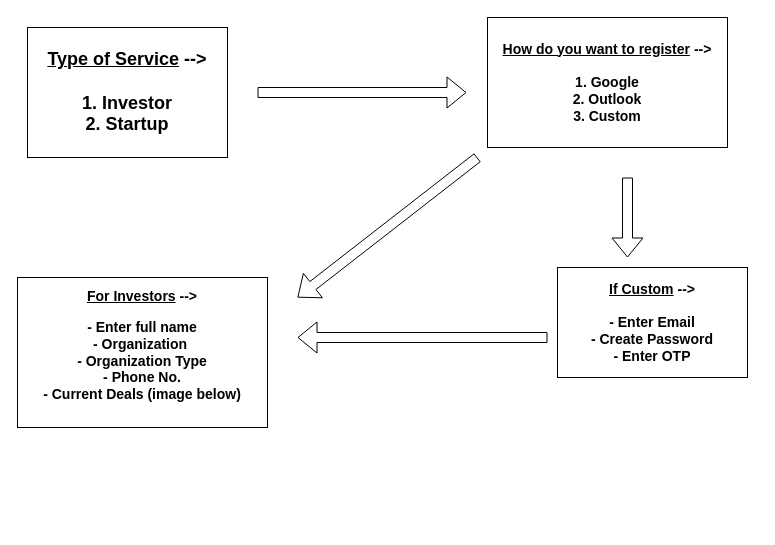
Above: backend/Untitled Diagram.drawio in Sukin272/SERM (draw.io), before the change. Source tidied: cells renumbered, new cells numbered last; positions are measured from the earlier drawing's top-left corner, leaving out a move shared by most shapes. Both pictures are drawn from the tidied source at 100%, with x=0, y=0 at pixel (17, 17).
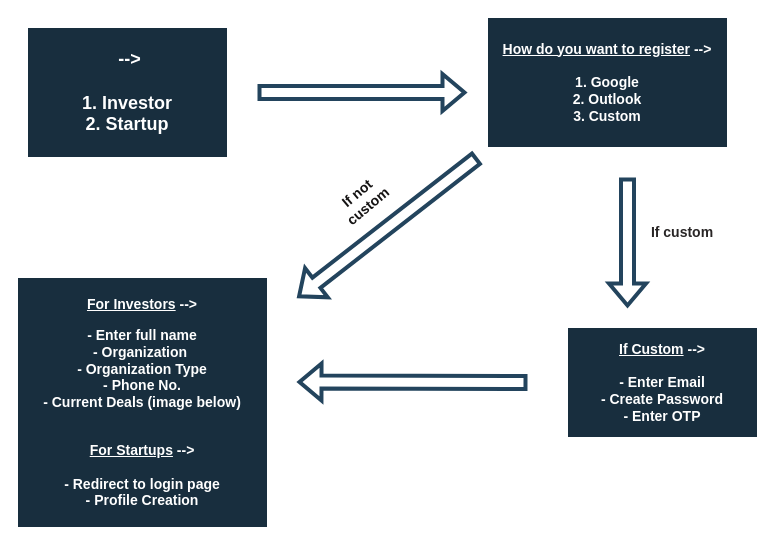
The same page after the edit.

Change to the diagram source:
```diff
@@
 <mxGraphModel>
   <root>
     <mxCell id="0" />
     <mxCell id="1" parent="0" />
-    <mxCell id="2" value="&lt;b&gt;&lt;font style=&quot;font-size: 18px;&quot;&gt;&lt;u&gt;Type of Service&lt;/u&gt; --&amp;gt;&lt;br&gt;&lt;br&gt;1. Investor&lt;br&gt;2. Startup&lt;/font&gt;&lt;/b&gt;" style="rounded=0;whiteSpace=wrap;html=1;" parent="1" vertex="1">
+    <mxCell id="2" value="&lt;b&gt;&lt;font style=&quot;font-size: 18px;&quot;&gt;&amp;nbsp;--&amp;gt;&lt;br&gt;&lt;br&gt;1. Investor&lt;br&gt;2. Startup&lt;/font&gt;&lt;/b&gt;" style="rounded=0;whiteSpace=wrap;html=1;labelBackgroundColor=none;fillColor=#182E3E;strokeColor=#FFFFFF;fontColor=#FFFFFF;" parent="1" vertex="1">
       <mxGeometry x="10" y="10" width="200" height="130" as="geometry" />
     </mxCell>
-    <mxCell id="3" value="&lt;font style=&quot;font-size: 14px;&quot;&gt;&lt;b&gt;&lt;u&gt;How do you want to register&lt;/u&gt;&amp;nbsp;--&amp;gt;&lt;br&gt;&lt;br&gt;1. Google&lt;br&gt;2. Outlook&lt;br&gt;3. Custom&lt;br&gt;&lt;/b&gt;&lt;/font&gt;" style="rounded=0;whiteSpace=wrap;html=1;" parent="1" vertex="1">
+    <mxCell id="3" value="&lt;font style=&quot;font-size: 14px;&quot;&gt;&lt;b&gt;&lt;u&gt;How do you want to register&lt;/u&gt;&amp;nbsp;--&amp;gt;&lt;br&gt;&lt;br&gt;1. Google&lt;br&gt;2. Outlook&lt;br&gt;3. Custom&lt;br&gt;&lt;/b&gt;&lt;/font&gt;" style="rounded=0;whiteSpace=wrap;html=1;labelBackgroundColor=none;fillColor=#182E3E;strokeColor=#FFFFFF;fontColor=#FFFFFF;" parent="1" vertex="1">
       <mxGeometry x="470" width="240" height="130" as="geometry" />
     </mxCell>
-    <mxCell id="4" style="endArrow=classic;html=1;rounded=0;shape=flexArrow;" parent="1" edge="1">
+    <mxCell id="4" style="endArrow=classic;html=1;rounded=0;shape=flexArrow;labelBackgroundColor=none;fontColor=default;strokeColor=#23445D;fillColor=default;strokeWidth=4;" parent="1" edge="1">
       <mxGeometry relative="1" as="geometry">
         <mxPoint x="240" y="75" as="sourcePoint" />
         <mxPoint x="449" y="75" as="targetPoint" />
       </mxGeometry>
     </mxCell>
-    <mxCell id="5" value="&lt;b&gt;&lt;font style=&quot;font-size: 14px;&quot;&gt;&lt;u&gt;If Custom&lt;/u&gt;&amp;nbsp;--&amp;gt;&lt;br&gt;&lt;br&gt;- Enter Email&lt;br&gt;- Create Password&lt;br&gt;- Enter OTP&lt;/font&gt;&lt;/b&gt;" style="rounded=0;whiteSpace=wrap;html=1;" parent="1" vertex="1">
-      <mxGeometry x="540" y="250" width="190" height="110" as="geometry" />
+    <mxCell id="5" value="&lt;b&gt;&lt;font style=&quot;font-size: 14px;&quot;&gt;&lt;u&gt;If Custom&lt;/u&gt;&amp;nbsp;--&amp;gt;&lt;br&gt;&lt;br&gt;- Enter Email&lt;br&gt;- Create Password&lt;br&gt;- Enter OTP&lt;/font&gt;&lt;/b&gt;" style="rounded=0;whiteSpace=wrap;html=1;labelBackgroundColor=none;fillColor=#182E3E;strokeColor=#FFFFFF;fontColor=#FFFFFF;" parent="1" vertex="1">
+      <mxGeometry x="550" y="310" width="190" height="110" as="geometry" />
     </mxCell>
-    <mxCell id="6" value="&lt;font style=&quot;font-size: 14px;&quot;&gt;&lt;b style=&quot;&quot;&gt;&lt;u&gt;For Investors&lt;/u&gt;&amp;nbsp;&lt;/b&gt;&lt;b&gt;--&amp;gt;&lt;/b&gt;&lt;br&gt;&lt;/font&gt;&lt;br&gt;&lt;font style=&quot;font-size: 14px;&quot;&gt;&lt;b&gt;- Enter full name&lt;br&gt;- Organization&amp;nbsp;&lt;br&gt;- Organization Type&lt;br&gt;- Phone No.&lt;br&gt;- Current Deals (image below)&lt;/b&gt;&lt;/font&gt;&lt;div&gt;&lt;br&gt;&lt;/div&gt;" style="rounded=0;whiteSpace=wrap;html=1;" parent="1" vertex="1">
-      <mxGeometry y="260" width="250" height="150" as="geometry" />
+    <mxCell id="6" value="&lt;font style=&quot;font-size: 14px;&quot;&gt;&lt;b style=&quot;&quot;&gt;&lt;u&gt;For Investors&lt;/u&gt;&amp;nbsp;&lt;/b&gt;&lt;b&gt;--&amp;gt;&lt;/b&gt;&lt;br&gt;&lt;/font&gt;&lt;br&gt;&lt;font style=&quot;font-size: 14px;&quot;&gt;&lt;b&gt;- Enter full name&lt;br&gt;- Organization&amp;nbsp;&lt;br&gt;- Organization Type&lt;br&gt;- Phone No.&lt;br&gt;- Current Deals (image below)&lt;br&gt;&lt;br&gt;&lt;/b&gt;&lt;/font&gt;&lt;div&gt;&lt;br&gt;&lt;/div&gt;&lt;div&gt;&lt;font style=&quot;font-size: 14px;&quot;&gt;&lt;b&gt;&lt;u&gt;For&amp;nbsp;Startups&lt;/u&gt;&amp;nbsp;--&amp;gt;&lt;/b&gt;&lt;/font&gt;&lt;/div&gt;&lt;div&gt;&lt;font style=&quot;font-size: 14px;&quot;&gt;&lt;b&gt;&lt;br&gt;&lt;/b&gt;&lt;/font&gt;&lt;/div&gt;&lt;div&gt;&lt;span style=&quot;font-size: 14px;&quot;&gt;&lt;b&gt;- Redirect to login page&lt;/b&gt;&lt;/span&gt;&lt;/div&gt;&lt;div&gt;&lt;span style=&quot;font-size: 14px;&quot;&gt;&lt;b&gt;- Profile Creation&lt;/b&gt;&lt;/span&gt;&lt;/div&gt;" style="rounded=0;whiteSpace=wrap;html=1;labelBackgroundColor=none;fillColor=#182E3E;strokeColor=#FFFFFF;fontColor=#FFFFFF;" parent="1" vertex="1">
+      <mxGeometry y="260" width="250" height="250" as="geometry" />
     </mxCell>
-    <mxCell id="7" style="endArrow=classic;html=1;rounded=0;shape=flexArrow;" parent="1" edge="1">
+    <mxCell id="7" style="endArrow=classic;html=1;rounded=0;shape=flexArrow;labelBackgroundColor=none;fontColor=default;strokeColor=#23445D;strokeWidth=4;" parent="1" edge="1">
       <mxGeometry relative="1" as="geometry">
         <mxPoint x="610" y="160" as="sourcePoint" />
-        <mxPoint x="610" y="240" as="targetPoint" />
+        <mxPoint x="610" y="290" as="targetPoint" />
       </mxGeometry>
     </mxCell>
-    <mxCell id="8" style="endArrow=classic;html=1;rounded=0;shape=flexArrow;" parent="1" edge="1">
+    <mxCell id="8" style="endArrow=classic;html=1;rounded=0;shape=flexArrow;labelBackgroundColor=none;fontColor=default;strokeColor=#23445D;strokeWidth=4;" parent="1" edge="1">
       <mxGeometry relative="1" as="geometry">
-        <mxPoint x="530" y="320" as="sourcePoint" />
-        <mxPoint x="280" y="320" as="targetPoint" />
+        <mxPoint x="510" y="365" as="sourcePoint" />
+        <mxPoint x="280" y="364.5" as="targetPoint" />
       </mxGeometry>
     </mxCell>
-    <mxCell id="9" style="shape=flexArrow;endArrow=classic;html=1;rounded=0;" parent="1" edge="1">
+    <mxCell id="9" style="shape=flexArrow;endArrow=classic;html=1;rounded=0;labelBackgroundColor=none;fontColor=default;strokeColor=#23445D;strokeWidth=4;" parent="1" edge="1">
       <mxGeometry relative="1" as="geometry">
         <mxPoint x="460" y="140" as="sourcePoint" />
         <mxPoint x="280" y="280" as="targetPoint" />
       </mxGeometry>
     </mxCell>
+    <mxCell id="10" value="&lt;font color=&quot;#151313&quot; style=&quot;font-size: 14px;&quot;&gt;&lt;b&gt;If not custom&lt;/b&gt;&lt;/font&gt;" style="text;html=1;align=center;verticalAlign=middle;whiteSpace=wrap;rounded=0;rotation=-40;labelBackgroundColor=none;fontColor=#FFFFFF;" parent="1" vertex="1">
+      <mxGeometry x="310" y="166.8" width="70" height="30" as="geometry" />
+    </mxCell>
+    <mxCell id="11" value="&lt;font color=&quot;#282525&quot; style=&quot;font-size: 14px;&quot;&gt;&lt;b&gt;If custom&lt;/b&gt;&lt;/font&gt;" style="text;html=1;align=center;verticalAlign=middle;whiteSpace=wrap;rounded=0;labelBackgroundColor=none;fontColor=#FFFFFF;" parent="1" vertex="1">
+      <mxGeometry x="630" y="200" width="70" height="30" as="geometry" />
+    </mxCell>
   </root>
 </mxGraphModel>
```
